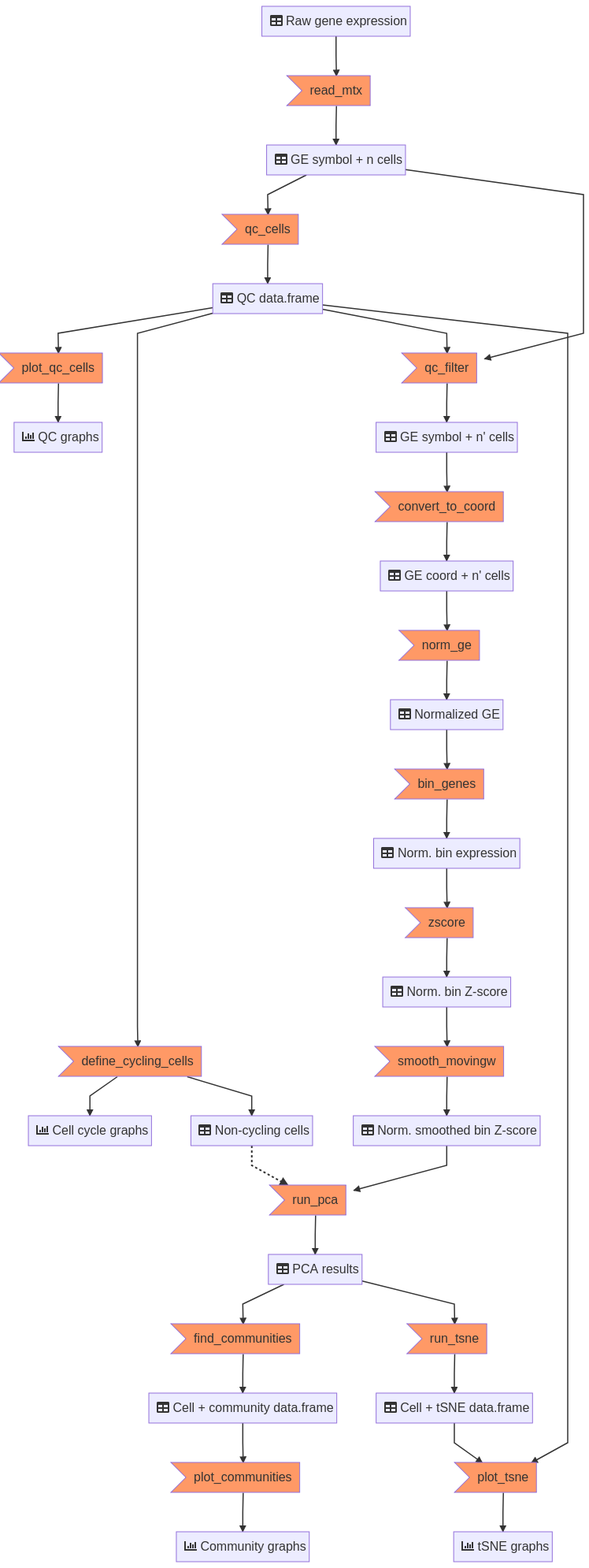
jmonlong/scCNAutils keeps this Mermaid diagram as docs/flowchart-cnasignal.png. Above is the earlier version. Its source is kept beside it as docs/flowchart-cnasignal.mmd.
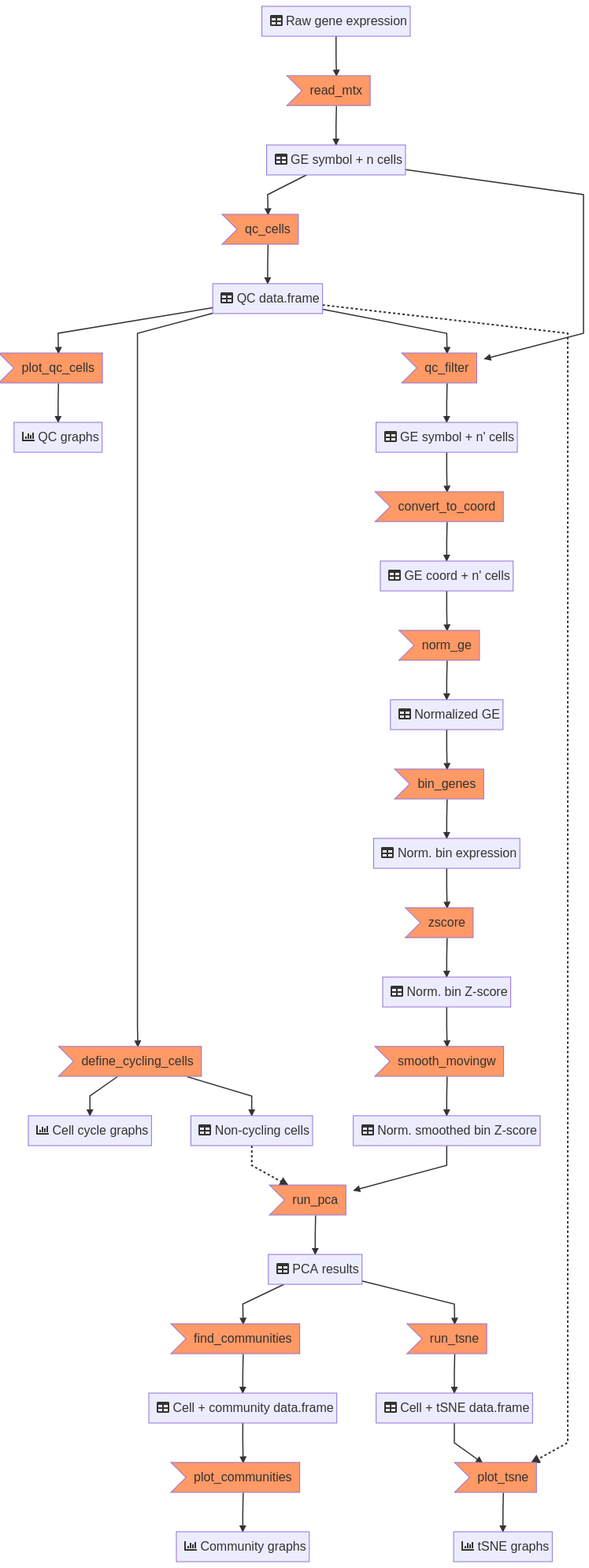
After the change.

Change to the diagram source:
```diff
@@ -32,7 +32,7 @@
 P --> PP[fa:fa-table Cell + tSNE data.frame]
 PP --> P2>plot_tsne]
 P2 --> P3[fa:fa-chart-bar tSNE graphs]
-E --> P2
+E -.-> P2
 
 classDef orange fill:#f96;
 class B,D,E1,E3,F,H,J,K,L,M,N,O,O2,P,P2 orange
```
